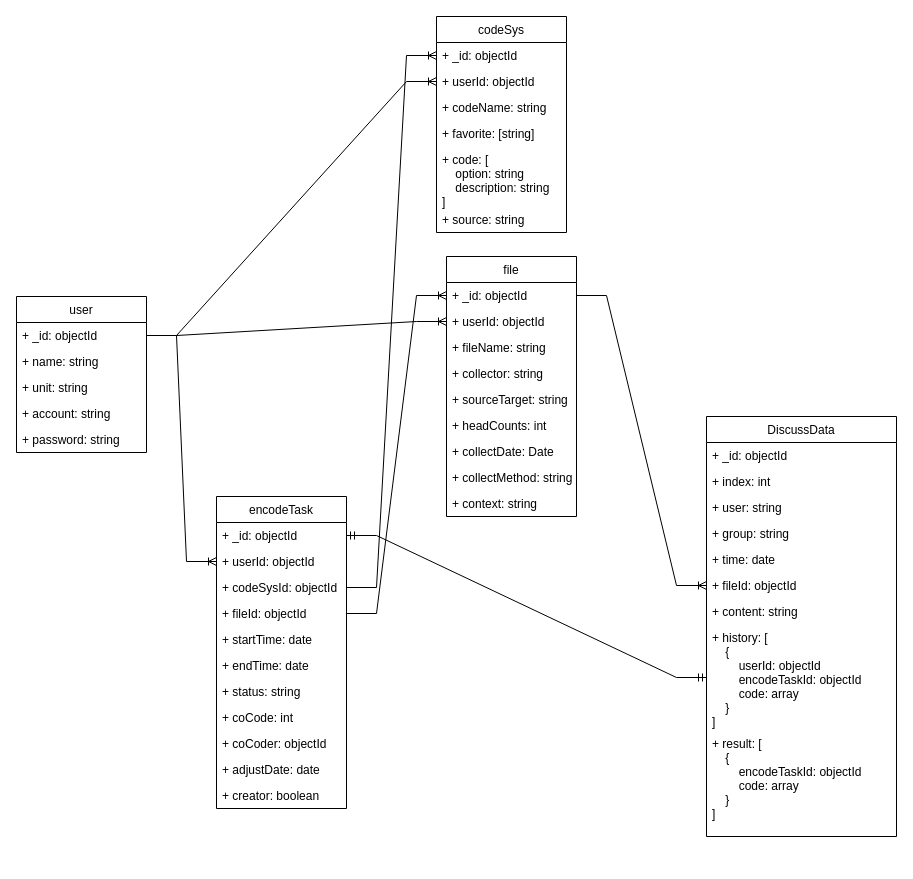
Before: NLP.drawio in Zeng9898/argument-platform, a draw.io diagram. Source tidied: cells renumbered, new cells numbered last; positions are measured from the earlier drawing's top-left corner, leaving out a move shared by most shapes. Both pictures are drawn from the tidied source at 100%, with x=0, y=0 at pixel (16, 16).
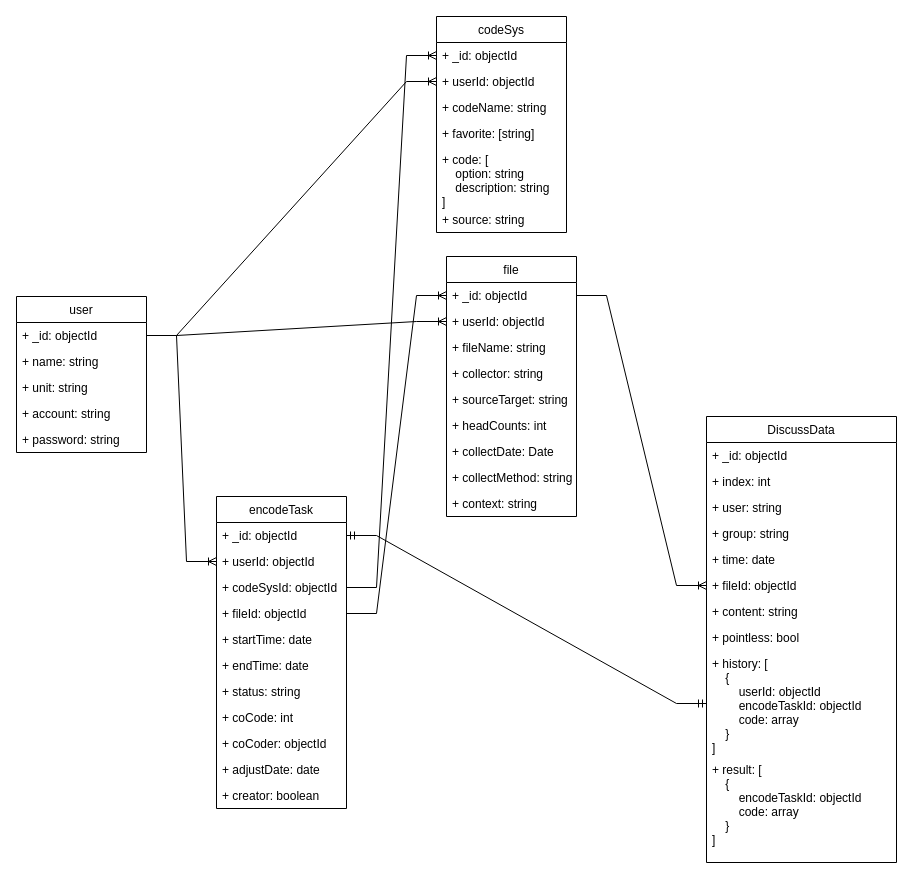
Above is the later version.

The edit, as a diff of the source:
```diff
@@
     <mxCell id="40" value="DiscussData" style="swimlane;fontStyle=0;horizontal=1;startSize=26;fillColor=none;" parent="1" vertex="1">
-      <mxGeometry x="690" y="400" width="190" height="420" as="geometry" />
+      <mxGeometry x="690" y="400" width="190" height="446" as="geometry" />
     </mxCell>
@@
+    <mxCell id="54" value="+ pointless: bool" style="text;strokeColor=none;fillColor=none;align=left;verticalAlign=top;spacingLeft=4;spacingRight=4;overflow=hidden;" parent="40" vertex="1">
+      <mxGeometry y="208" width="190" height="26" as="geometry" />
+    </mxCell>
     <mxCell id="48" value="+ history: [&#10;    {&#10;        userId: objectId&#10;        encodeTaskId: objectId&#10;        code: array&#10;    }&#10;]" style="text;strokeColor=none;fillColor=none;align=left;verticalAlign=top;spacingLeft=4;spacingRight=4;overflow=hidden;points=[[0,0.5],[1,0.5]];portConstraint=eastwest;" parent="40" vertex="1">
-      <mxGeometry y="208" width="190" height="106" as="geometry" />
+      <mxGeometry y="234" width="190" height="106" as="geometry" />
     </mxCell>
     <mxCell id="49" value="+ result: [&#10;    {&#10;        encodeTaskId: objectId&#10;        code: array&#10;    }&#10;]" style="text;strokeColor=none;fillColor=none;align=left;verticalAlign=top;spacingLeft=4;spacingRight=4;overflow=hidden;" parent="40" vertex="1">
-      <mxGeometry y="314" width="190" height="106" as="geometry" />
+      <mxGeometry y="340" width="190" height="106" as="geometry" />
     </mxCell>
```
